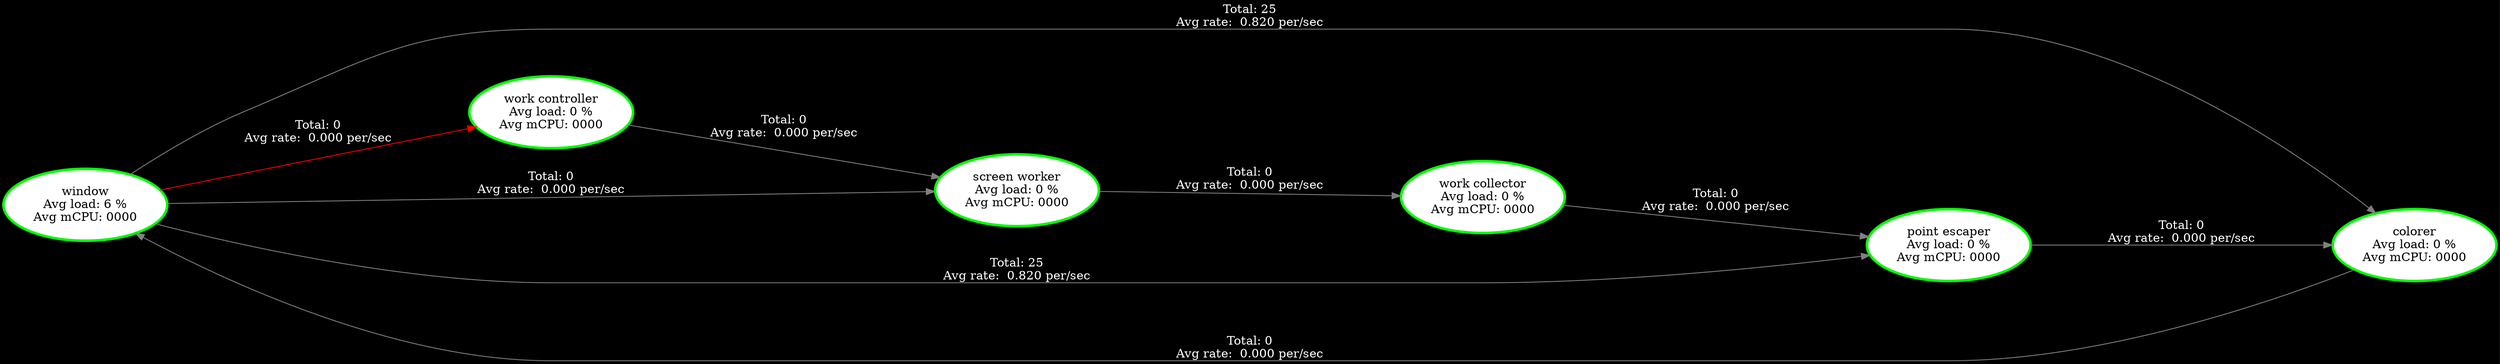
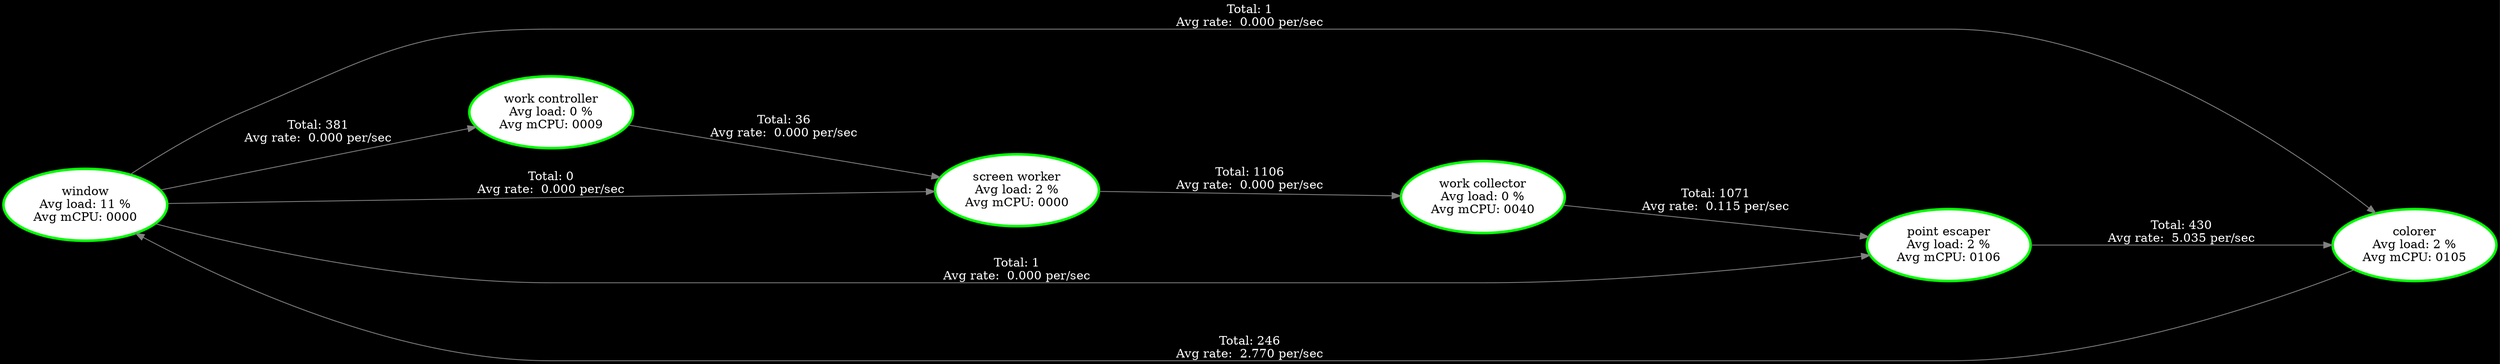
digraph G {
rankdir=LR;
graph [nodesep=.5, ranksep=2.5];
node [margin=0.1];
node [style=filled, fillcolor=white, fontcolor=black];
edge [color=white, fontcolor=white];
graph [bgcolor=black];
"window" [label="window
- Avg load: 6 %
+ Avg load: 11 %
Avg mCPU: 0000
- ", tooltip="window\n\nThreadId(15) Core:4\nWindow 12.8 secs\n--- Stats ---\nAvg load: 6 %\nAvg mCPU: 0000 \n", color="green", penwidth=3 ];
+ ", tooltip="window\n\nThreadId(15) Core:4\nWindow 12.8 secs\n--- Stats ---\nAvg load: 11 %\nAvg mCPU: 0000 \n", color="green", penwidth=3 ];
"colorer" [label="colorer
- Avg load: 0 %
- Avg mCPU: 0000
- ", tooltip="colorer\n\nThreadId(16) Core:5\nWindow 12.8 secs\n--- Stats ---\nAvg load: 0 %\nAvg mCPU: 0000 \n", color="green", penwidth=3 ];
+ Avg load: 2 %
+ Avg mCPU: 0105
+ ", tooltip="colorer\n\nThreadId(16) Core:5\nWindow 12.8 secs\n--- Stats ---\nAvg load: 2 %\nAvg mCPU: 0105 \n", color="green", penwidth=3 ];
"work controller" [label="work controller
Avg load: 0 %
+ Avg mCPU: 0009
+ ", tooltip="work controller\n\nThreadId(17) Core:6\nWindow 12.8 secs\n--- Stats ---\nAvg load: 0 %\nAvg mCPU: 0009 \n", color="green", penwidth=3 ];
+ "screen worker" [label="screen worker
+ Avg load: 2 %
Avg mCPU: 0000
- ", tooltip="work controller\n\nWindow 12.8 secs\n--- Stats ---\nAvg load: 0 %\nAvg mCPU: 0000 \n", color="green", penwidth=3 ];
- "screen worker" [label="screen worker
- Avg load: 0 %
- Avg mCPU: 0000
- ", tooltip="screen worker\n\nThreadId(18) Core:1\nWindow 12.8 secs\n--- Stats ---\nAvg load: 0 %\nAvg mCPU: 0000 \n", color="green", penwidth=3 ];
+ ", tooltip="screen worker\n\nThreadId(18) Core:1\nWindow 12.8 secs\n--- Stats ---\nAvg load: 2 %\nAvg mCPU: 0000 \n", color="green", penwidth=3 ];
"work collector" [label="work collector
Avg load: 0 %
- Avg mCPU: 0000
- ", tooltip="work collector\n\nThreadId(19) Core:2\nWindow 12.8 secs\n--- Stats ---\nAvg load: 0 %\nAvg mCPU: 0000 \n", color="green", penwidth=3 ];
+ Avg mCPU: 0040
+ ", tooltip="work collector\n\nThreadId(19) Core:2\nWindow 12.8 secs\n--- Stats ---\nAvg load: 0 %\nAvg mCPU: 0040 \n", color="green", penwidth=3 ];
"point escaper" [label="point escaper
- Avg load: 0 %
- Avg mCPU: 0000
- ", tooltip="point escaper\n\nThreadId(20) Core:3\nWindow 12.8 secs\n--- Stats ---\nAvg load: 0 %\nAvg mCPU: 0000 \n", color="green", penwidth=3 ];
- "colorer" -> "window" [label="Total: 0
+ Avg load: 2 %
+ Avg mCPU: 0106
+ ", tooltip="point escaper\n\nThreadId(20) Core:3\nWindow 12.8 secs\n--- Stats ---\nAvg load: 2 %\nAvg mCPU: 0106 \n", color="green", penwidth=3 ];
+ "colorer" -> "window" [label="Total: 246
+ Avg rate:  2.770 per/sec
+ ", tooltip="Window: 25.6 secs\nCH#21: Data\n Capacity: 2\n Volume: 1 (Total: 246)\n Saturation: 0%\n", color="#808080", penwidth=1];
+ "point escaper" -> "colorer" [label="Total: 430
+ Avg rate:  5.035 per/sec
+ ", tooltip="Window: 25.6 secs\nCH#14: Data\n Capacity: 50\n Volume: 2 (Total: 430)\n Saturation: 4%\n", color="#808080", penwidth=1];
+ "screen worker" -> "work collector" [label="Total: 1106
Avg rate:  0.000 per/sec
- ", tooltip="Window: 25.6 secs\nCH#3: Data\n Capacity: 2\n Volume: 0 (Total: 0)\n Saturation: 0%\n", color="#808080", penwidth=1];
- "point escaper" -> "colorer" [label="Total: 0
+ ", tooltip="Window: 25.6 secs\nCH#8: Data\n Capacity: 50\n Volume: 0 (Total: 1106)\n Saturation: 0%\n", color="#808080", penwidth=1];
+ "window" -> "colorer" [label="Total: 1
Avg rate:  0.000 per/sec
- ", tooltip="Window: 25.6 secs\nCH#8: Data\n Capacity: 50\n Volume: 0 (Total: 0)\n Saturation: 0%\n", color="#808080", penwidth=1];
- "screen worker" -> "work collector" [label="Total: 0
+ ", tooltip="Window: 25.6 secs\nCH#1: Data\n Capacity: 50\n Volume: 0 (Total: 1)\n Saturation: 0%\n", color="#808080", penwidth=1];
+ "window" -> "point escaper" [label="Total: 1
Avg rate:  0.000 per/sec
- ", tooltip="Window: 25.6 secs\nCH#14: Data\n Capacity: 50\n Volume: 0 (Total: 0)\n Saturation: 0%\n", color="#808080", penwidth=1];
- "window" -> "colorer" [label="Total: 25
- Avg rate:  0.820 per/sec
- ", tooltip="Window: 25.6 secs\nCH#1: Data\n Capacity: 50\n Volume: 0 (Total: 25)\n Saturation: 0%\n", color="#808080", penwidth=1];
- "window" -> "point escaper" [label="Total: 25
- Avg rate:  0.820 per/sec
- ", tooltip="Window: 25.6 secs\nCH#2: Data\n Capacity: 50\n Volume: 0 (Total: 25)\n Saturation: 0%\n", color="#808080", penwidth=1];
+ ", tooltip="Window: 25.6 secs\nCH#2: Data\n Capacity: 50\n Volume: 0 (Total: 1)\n Saturation: 0%\n", color="#808080", penwidth=1];
"window" -> "screen worker" [label="Total: 0
Avg rate:  0.000 per/sec
- ", tooltip="Window: 25.6 secs\nCH#5: Data\n Capacity: 50\n Volume: 0 (Total: 0)\n Saturation: 0%\n", color="#808080", penwidth=1];
- "window" -> "work controller" [label="Total: 0
+ ", tooltip="Window: 25.6 secs\nCH#9: Data\n Capacity: 50\n Volume: 0 (Total: 0)\n Saturation: 0%\n", color="#808080", penwidth=1];
+ "window" -> "work controller" [label="Total: 381
Avg rate:  0.000 per/sec
- ", tooltip="Window: 25.6 secs\nCH#4: Data\n Capacity: 50\n Volume: 50 (Total: 0)\n Saturation: 0%\n", color="#FF0000", penwidth=1];
- "work collector" -> "point escaper" [label="Total: 0
+ ", tooltip="Window: 25.6 secs\nCH#3: Data\n Capacity: 50\n Volume: 32 (Total: 381)\n Saturation: 0%\n", color="#808080", penwidth=1];
+ "work collector" -> "point escaper" [label="Total: 1071
+ Avg rate:  0.115 per/sec
+ ", tooltip="Window: 25.6 secs\nCH#13: Data\n Capacity: 50\n Volume: 0 (Total: 1071)\n Saturation: 0%\n", color="#808080", penwidth=1];
+ "work controller" -> "screen worker" [label="Total: 36
Avg rate:  0.000 per/sec
- ", tooltip="Window: 25.6 secs\nCH#21: Data\n Capacity: 50\n Volume: 0 (Total: 0)\n Saturation: 0%\n", color="#808080", penwidth=1];
- "work controller" -> "screen worker" [label="Total: 0
- Avg rate:  0.000 per/sec
- ", tooltip="Window: 25.6 secs\nCH#13: Data\n Capacity: 50\n Volume: 0 (Total: 0)\n Saturation: 0%\n", color="#808080", penwidth=1];
+ ", tooltip="Window: 25.6 secs\nCH#4: Data\n Capacity: 50\n Volume: 0 (Total: 36)\n Saturation: 0%\n", color="#808080", penwidth=1];
}
